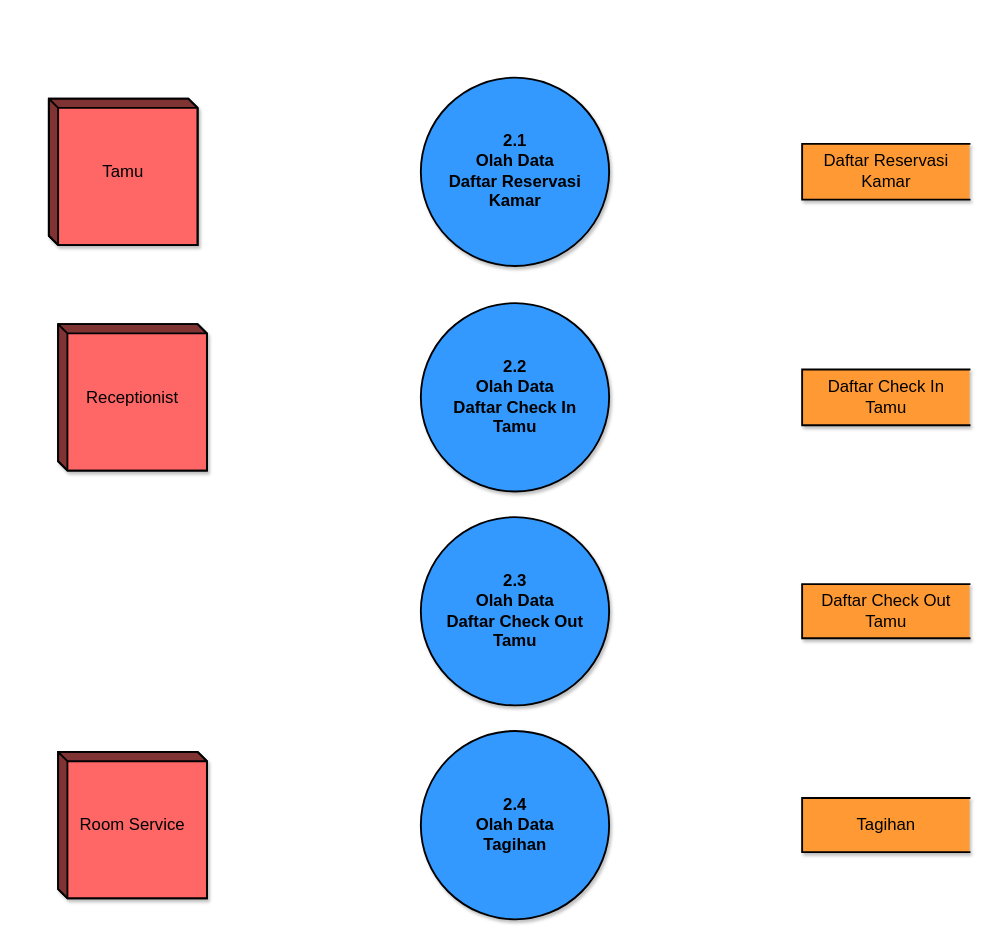
Earlier version of the draw.io diagram page "DFD LVL 2 Process 2 - Olah Data Dokumen" (5 of 7) of Sistem Pemesanan Kamar Hotel - Data Flow Diagram.drawio (trueazp/System-Design-Analysis). Source tidied: cells renumbered, new cells numbered last; positions are measured from the earlier drawing's top-left corner, leaving out a move shared by most shapes. Both pictures are drawn from the tidied source at 93%, with x=0, y=0 at pixel (48, 77).
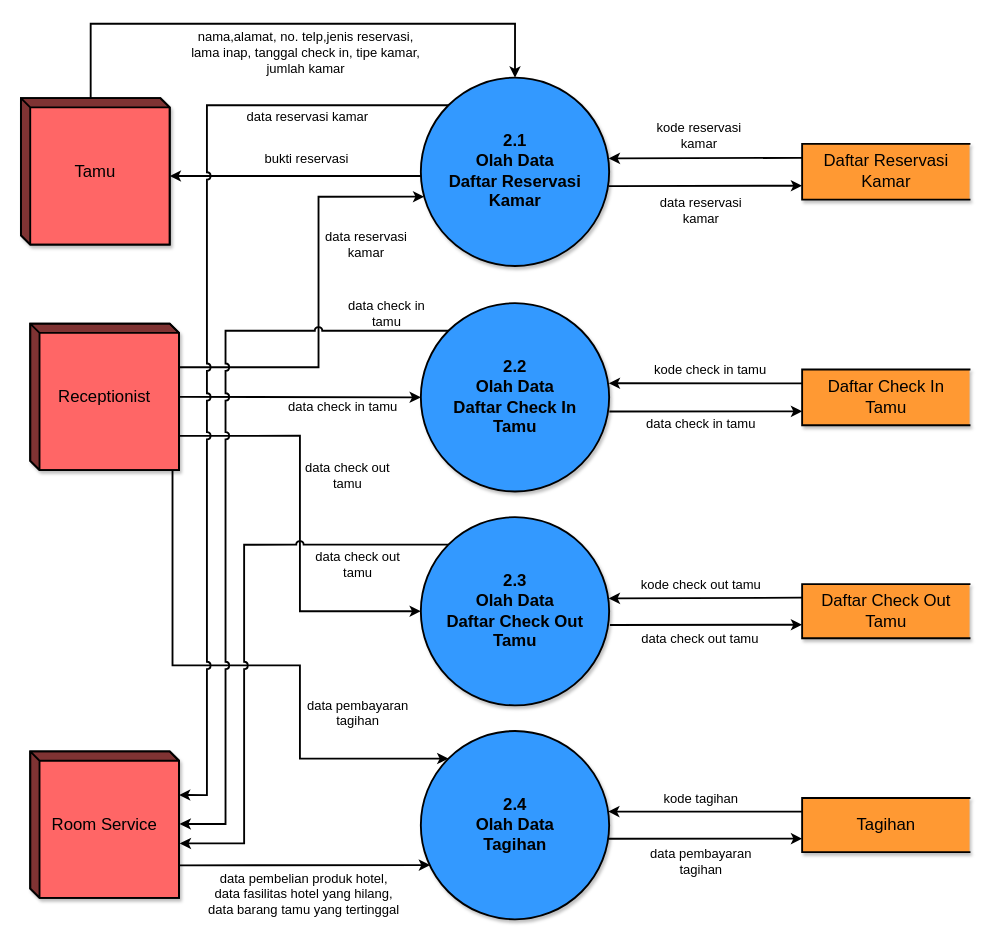
Above is the later version.

Commit message:
finished DFD LVL 2 Process 2

Unchanged cells that the change refers to:
```xml
<mxCell id="2" value="&lt;div&gt;Daftar Check In &lt;br&gt;&lt;/div&gt;&lt;div&gt;Tamu&lt;br&gt;&lt;/div&gt;" style="html=1;dashed=0;whitespace=wrap;shape=partialRectangle;right=0;shadow=1;labelBackgroundColor=none;fontFamily=Helvetica;fontSize=18;strokeWidth=2;fillColor=#FF9933;align=center;" parent="1" vertex="1">
  <mxGeometry x="810" y="313.8" width="180" height="60" as="geometry" />
</mxCell>
<mxCell id="3" value="&lt;div&gt;Daftar Check Out &lt;br&gt;&lt;/div&gt;&lt;div&gt;Tamu&lt;br&gt;&lt;/div&gt;" style="html=1;dashed=0;whitespace=wrap;shape=partialRectangle;right=0;shadow=1;labelBackgroundColor=none;fontFamily=Helvetica;fontSize=18;strokeWidth=2;fillColor=#FF9933;align=center;" parent="1" vertex="1">
  <mxGeometry x="810" y="544.6" width="180" height="58.2" as="geometry" />
</mxCell>
<mxCell id="4" value="Tagihan" style="html=1;dashed=0;whitespace=wrap;shape=partialRectangle;right=0;shadow=1;labelBackgroundColor=none;fontFamily=Helvetica;fontSize=18;strokeWidth=2;fillColor=#FF9933;align=center;" parent="1" vertex="1">
  <mxGeometry x="810" y="774.6" width="180" height="58.2" as="geometry" />
</mxCell>
<mxCell id="5" value="&lt;div&gt;Daftar Reservasi &lt;br&gt;&lt;/div&gt;&lt;div&gt;Kamar&lt;/div&gt;" style="html=1;dashed=0;whitespace=wrap;shape=partialRectangle;right=0;shadow=1;labelBackgroundColor=none;fontFamily=Helvetica;fontSize=18;strokeWidth=2;fillColor=#FF9933;align=center;" parent="1" vertex="1">
  <mxGeometry x="810" y="71.2" width="180" height="60" as="geometry" />
</mxCell>
<mxCell id="7" value="2.1&lt;br style=&quot;font-size: 18px&quot;&gt;&lt;div&gt;Olah Data &lt;br&gt;&lt;/div&gt;&lt;div&gt;Daftar Reservasi &lt;br&gt;&lt;/div&gt;&lt;div&gt;Kamar&lt;br&gt;&lt;/div&gt;" style="shape=ellipse;html=1;dashed=0;whitespace=wrap;perimeter=ellipsePerimeter;shadow=1;labelBackgroundColor=none;fontFamily=Helvetica;fontSize=18;strokeWidth=2;fillColor=#3399FF;align=center;fontStyle=1;" parent="1" vertex="1">
  <mxGeometry x="400" width="202.5" height="202.5" as="geometry" />
</mxCell>
<mxCell id="8" value="2.4&lt;br style=&quot;font-size: 18px&quot;&gt;&lt;div&gt;Olah Data &lt;br&gt;&lt;/div&gt;&lt;div&gt;Tagihan&lt;br&gt; &lt;/div&gt;" style="shape=ellipse;html=1;dashed=0;whitespace=wrap;perimeter=ellipsePerimeter;shadow=1;labelBackgroundColor=none;fontFamily=Helvetica;fontSize=18;strokeWidth=2;fillColor=#3399FF;align=center;fontStyle=1;" parent="1" vertex="1">
  <mxGeometry x="400" y="702.5" width="202.5" height="202.5" as="geometry" />
</mxCell>
<mxCell id="9" value="2.3&lt;br style=&quot;font-size: 18px&quot;&gt;&lt;div&gt;Olah Data &lt;br&gt;&lt;/div&gt;&lt;div&gt;Daftar Check Out &lt;br&gt;&lt;/div&gt;&lt;div&gt;Tamu&lt;br&gt;&lt;/div&gt;" style="shape=ellipse;html=1;dashed=0;whitespace=wrap;perimeter=ellipsePerimeter;shadow=1;labelBackgroundColor=none;fontFamily=Helvetica;fontSize=18;strokeWidth=2;fillColor=#3399FF;align=center;fontStyle=1;" parent="1" vertex="1">
  <mxGeometry x="400" y="472.5" width="202.5" height="202.5" as="geometry" />
</mxCell>
<mxCell id="10" value="2.2&lt;br style=&quot;font-size: 18px&quot;&gt;&lt;div&gt;Olah Data &lt;br&gt;&lt;/div&gt;&lt;div&gt;Daftar Check In &lt;br&gt;&lt;/div&gt;&lt;div&gt;Tamu&lt;br&gt;&lt;/div&gt;" style="shape=ellipse;html=1;dashed=0;whitespace=wrap;perimeter=ellipsePerimeter;shadow=1;labelBackgroundColor=none;fontFamily=Helvetica;fontSize=18;strokeWidth=2;fillColor=#3399FF;align=center;fontStyle=1;" parent="1" vertex="1">
  <mxGeometry x="400" y="242.5" width="202.5" height="202.5" as="geometry" />
</mxCell>
```

The edit, as a diff of the source:
```diff
@@
+    <mxCell id="13" style="edgeStyle=orthogonalEdgeStyle;rounded=0;jumpStyle=arc;jettySize=auto;html=1;exitX=0;exitY=0.25;exitDx=0;exitDy=0;entryX=0.998;entryY=0.425;entryDx=0;entryDy=0;entryPerimeter=0;fontSize=14;startArrow=none;startFill=0;endArrow=classic;endFill=1;strokeWidth=2;" parent="1" edge="1" source="2" target="10">
+      <mxGeometry relative="1" as="geometry" />
+    </mxCell>
+    <mxCell id="14" value="kode check in tamu" style="edgeLabel;html=1;align=center;verticalAlign=middle;fontSize=14;labelBackgroundColor=none;" parent="13" vertex="1">
+      <mxGeometry x="0.09" y="-3" relative="1" as="geometry">
+        <mxPoint x="13" y="-12" as="offset" />
+      </mxGeometry>
+    </mxCell>
+    <mxCell id="15" style="edgeStyle=orthogonalEdgeStyle;rounded=0;jumpStyle=arc;jettySize=auto;html=1;exitX=0;exitY=0.75;exitDx=0;exitDy=0;entryX=1.001;entryY=0.575;entryDx=0;entryDy=0;entryPerimeter=0;fontSize=14;startArrow=classic;startFill=1;endArrow=none;endFill=0;strokeWidth=2;" parent="1" edge="1" source="2" target="10">
+      <mxGeometry relative="1" as="geometry" />
+    </mxCell>
+    <mxCell id="16" value="data check in tamu" style="edgeLabel;html=1;align=center;verticalAlign=middle;fontSize=14;labelBackgroundColor=none;" parent="15" vertex="1">
+      <mxGeometry x="0.15" relative="1" as="geometry">
+        <mxPoint x="9" y="13" as="offset" />
+      </mxGeometry>
+    </mxCell>
@@
+    <mxCell id="17" style="edgeStyle=orthogonalEdgeStyle;rounded=0;jumpStyle=arc;jettySize=auto;html=1;exitX=0;exitY=0.25;exitDx=0;exitDy=0;entryX=0.998;entryY=0.432;entryDx=0;entryDy=0;entryPerimeter=0;fontSize=14;startArrow=none;startFill=0;endArrow=classic;endFill=1;strokeWidth=2;" parent="1" edge="1" source="3" target="9">
+      <mxGeometry relative="1" as="geometry" />
+    </mxCell>
+    <mxCell id="18" value="kode check out tamu" style="edgeLabel;html=1;align=center;verticalAlign=middle;fontSize=14;labelBackgroundColor=none;" parent="17" vertex="1">
+      <mxGeometry x="-0.12" y="2" relative="1" as="geometry">
+        <mxPoint x="-18" y="-17" as="offset" />
+      </mxGeometry>
+    </mxCell>
+    <mxCell id="19" style="edgeStyle=orthogonalEdgeStyle;rounded=0;jumpStyle=arc;jettySize=auto;html=1;exitX=0;exitY=0.75;exitDx=0;exitDy=0;entryX=1.004;entryY=0.573;entryDx=0;entryDy=0;entryPerimeter=0;fontSize=14;startArrow=classic;startFill=1;endArrow=none;endFill=0;strokeWidth=2;" parent="1" edge="1" source="3" target="9">
+      <mxGeometry relative="1" as="geometry" />
+    </mxCell>
+    <mxCell id="20" value="data check out tamu" style="edgeLabel;html=1;align=center;verticalAlign=middle;fontSize=14;labelBackgroundColor=none;" parent="19" vertex="1">
+      <mxGeometry x="0.12" y="-2" relative="1" as="geometry">
+        <mxPoint x="5" y="16" as="offset" />
+      </mxGeometry>
+    </mxCell>
@@
+    <mxCell id="21" style="edgeStyle=orthogonalEdgeStyle;rounded=0;jumpStyle=arc;jettySize=auto;html=1;exitX=0;exitY=0.25;exitDx=0;exitDy=0;entryX=0.995;entryY=0.428;entryDx=0;entryDy=0;entryPerimeter=0;fontSize=14;startArrow=none;startFill=0;endArrow=classic;endFill=1;strokeWidth=2;" parent="1" edge="1" source="4" target="8">
+      <mxGeometry relative="1" as="geometry">
+        <Array as="points">
+          <mxPoint x="700" y="789" />
+          <mxPoint x="700" y="789" />
+        </Array>
+      </mxGeometry>
+    </mxCell>
+    <mxCell id="22" value="kode tagihan" style="edgeLabel;html=1;align=center;verticalAlign=middle;fontSize=14;labelBackgroundColor=none;" parent="21" vertex="1">
+      <mxGeometry x="0.12" relative="1" as="geometry">
+        <mxPoint x="7" y="-15" as="offset" />
+      </mxGeometry>
+    </mxCell>
+    <mxCell id="23" style="edgeStyle=orthogonalEdgeStyle;rounded=0;jumpStyle=arc;jettySize=auto;html=1;exitX=0;exitY=0.75;exitDx=0;exitDy=0;entryX=0.998;entryY=0.572;entryDx=0;entryDy=0;entryPerimeter=0;fontSize=14;startArrow=classic;startFill=1;endArrow=none;endFill=0;strokeWidth=2;" parent="1" edge="1" source="4" target="8">
+      <mxGeometry relative="1" as="geometry" />
+    </mxCell>
+    <mxCell id="24" value="&lt;div&gt;data pembayaran&lt;/div&gt;&lt;div&gt; tagihan&lt;/div&gt;" style="edgeLabel;html=1;align=center;verticalAlign=middle;fontSize=14;labelBackgroundColor=none;" parent="23" vertex="1">
+      <mxGeometry x="0.21" y="1" relative="1" as="geometry">
+        <mxPoint x="16" y="23" as="offset" />
+      </mxGeometry>
+    </mxCell>
@@
+    <mxCell id="25" style="edgeStyle=orthogonalEdgeStyle;rounded=0;jumpStyle=arc;jettySize=auto;html=1;exitX=0;exitY=0.25;exitDx=0;exitDy=0;entryX=0.998;entryY=0.429;entryDx=0;entryDy=0;entryPerimeter=0;fontSize=14;startArrow=none;startFill=0;endArrow=classic;endFill=1;strokeWidth=2;" parent="1" edge="1" source="5" target="7">
+      <mxGeometry relative="1" as="geometry" />
+    </mxCell>
+    <mxCell id="26" value="&lt;div&gt;kode reservasi &lt;br&gt;&lt;/div&gt;&lt;div&gt;kamar&lt;/div&gt;" style="edgeLabel;html=1;align=center;verticalAlign=middle;fontSize=14;labelBackgroundColor=none;" parent="25" vertex="1">
+      <mxGeometry x="0.09" relative="1" as="geometry">
+        <mxPoint x="2" y="-25" as="offset" />
+      </mxGeometry>
+    </mxCell>
+    <mxCell id="27" style="edgeStyle=orthogonalEdgeStyle;rounded=0;jumpStyle=arc;jettySize=auto;html=1;exitX=0;exitY=0.75;exitDx=0;exitDy=0;entryX=0.998;entryY=0.576;entryDx=0;entryDy=0;entryPerimeter=0;fontSize=14;startArrow=classic;startFill=1;endArrow=none;endFill=0;strokeWidth=2;" parent="1" edge="1" source="5" target="7">
+      <mxGeometry relative="1" as="geometry" />
+    </mxCell>
+    <mxCell id="28" value="&lt;div&gt;data reservasi &lt;br&gt;&lt;/div&gt;&lt;div&gt;kamar&lt;/div&gt;" style="edgeLabel;html=1;align=center;verticalAlign=middle;fontSize=14;labelBackgroundColor=none;" parent="27" vertex="1">
+      <mxGeometry x="0.17" y="2" relative="1" as="geometry">
+        <mxPoint x="12" y="24" as="offset" />
+      </mxGeometry>
+    </mxCell>
@@
+    <mxCell id="29" style="edgeStyle=orthogonalEdgeStyle;rounded=0;jumpStyle=arc;jettySize=auto;html=1;exitX=0;exitY=0;exitDx=160;exitDy=46.875;exitPerimeter=0;entryX=0.018;entryY=0.632;entryDx=0;entryDy=0;entryPerimeter=0;fontSize=14;startArrow=none;startFill=0;endArrow=classic;endFill=1;strokeWidth=2;" parent="1" edge="1" source="6" target="7">
+      <mxGeometry relative="1" as="geometry">
+        <Array as="points">
+          <mxPoint x="290" y="312" />
+          <mxPoint x="290" y="128" />
+        </Array>
+      </mxGeometry>
+    </mxCell>
+    <mxCell id="30" value="&lt;div&gt;data reservasi&lt;/div&gt;&lt;div&gt; kamar&lt;/div&gt;" style="edgeLabel;html=1;align=center;verticalAlign=middle;fontSize=14;labelBackgroundColor=none;" parent="29" vertex="1">
+      <mxGeometry x="-0.03" y="2" relative="1" as="geometry">
+        <mxPoint x="52" y="-66" as="offset" />
+      </mxGeometry>
+    </mxCell>
+    <mxCell id="31" style="edgeStyle=orthogonalEdgeStyle;rounded=0;jumpStyle=arc;jettySize=auto;html=1;entryX=0;entryY=0.5;entryDx=0;entryDy=0;fontSize=14;startArrow=none;startFill=0;endArrow=classic;endFill=1;strokeWidth=2;" parent="1" edge="1" source="6" target="10">
+      <mxGeometry relative="1" as="geometry" />
+    </mxCell>
+    <mxCell id="32" value="data check in tamu" style="edgeLabel;html=1;align=center;verticalAlign=middle;fontSize=14;labelBackgroundColor=none;" parent="31" vertex="1">
+      <mxGeometry x="-0.15" y="-1" relative="1" as="geometry">
+        <mxPoint x="64" y="9" as="offset" />
+      </mxGeometry>
+    </mxCell>
+    <mxCell id="33" style="edgeStyle=orthogonalEdgeStyle;rounded=0;jumpStyle=arc;jettySize=auto;html=1;exitX=0;exitY=0;exitDx=160;exitDy=120.625;exitPerimeter=0;entryX=0;entryY=0.5;entryDx=0;entryDy=0;fontSize=14;startArrow=none;startFill=0;endArrow=classic;endFill=1;strokeWidth=2;" parent="1" edge="1" source="6" target="9">
+      <mxGeometry relative="1" as="geometry" />
+    </mxCell>
+    <mxCell id="34" value="&lt;div&gt;data check out&lt;/div&gt;&lt;div&gt; tamu&lt;/div&gt;" style="edgeLabel;html=1;align=center;verticalAlign=middle;fontSize=14;labelBackgroundColor=none;" parent="33" vertex="1">
+      <mxGeometry x="-0.06" y="-2" relative="1" as="geometry">
+        <mxPoint x="52" y="-39" as="offset" />
+      </mxGeometry>
+    </mxCell>
+    <mxCell id="35" style="edgeStyle=orthogonalEdgeStyle;rounded=0;jumpStyle=arc;jettySize=auto;html=1;exitX=0;exitY=0;exitDx=122.5;exitDy=157.5;exitPerimeter=0;entryX=0;entryY=0;entryDx=0;entryDy=0;fontSize=14;startArrow=none;startFill=0;endArrow=classic;endFill=1;strokeWidth=2;" parent="1" edge="1" source="6" target="8">
+      <mxGeometry relative="1" as="geometry">
+        <Array as="points">
+          <mxPoint x="133" y="422" />
+          <mxPoint x="133" y="632" />
+          <mxPoint x="270" y="632" />
+          <mxPoint x="270" y="732" />
+        </Array>
+      </mxGeometry>
+    </mxCell>
+    <mxCell id="36" value="&lt;div&gt;data pembayaran &lt;br&gt;&lt;/div&gt;&lt;div&gt;tagihan&lt;/div&gt;" style="edgeLabel;html=1;align=center;verticalAlign=middle;fontSize=14;labelBackgroundColor=none;" parent="35" vertex="1">
+      <mxGeometry x="0.04" y="1" relative="1" as="geometry">
+        <mxPoint x="108" y="51" as="offset" />
+      </mxGeometry>
+    </mxCell>
     <mxCell id="6" value="Receptionist" style="html=1;dashed=0;whitespace=wrap;shape=mxgraph.dfd.externalEntity;shadow=1;labelBackgroundColor=none;fontFamily=Helvetica;fontSize=18;strokeWidth=2;fillColor=#FF6666;align=center;whiteSpace=wrap;" parent="1" vertex="1">
-      <mxGeometry x="10" y="265" width="160" height="157.5" as="geometry" />
+      <mxGeometry x="-20" y="264.5" width="160" height="157.5" as="geometry" />
     </mxCell>
+    <mxCell id="37" style="edgeStyle=orthogonalEdgeStyle;rounded=0;jumpStyle=arc;jettySize=auto;html=1;fontSize=14;startArrow=none;startFill=0;endArrow=classic;endFill=1;strokeWidth=2;entryX=0;entryY=0;entryDx=160;entryDy=83.75;entryPerimeter=0;" parent="1" edge="1" source="7" target="11">
+      <mxGeometry relative="1" as="geometry">
+        <Array as="points">
+          <mxPoint x="265" y="106" />
+        </Array>
+      </mxGeometry>
+    </mxCell>
+    <mxCell id="38" value="bukti reservasi" style="edgeLabel;html=1;align=center;verticalAlign=middle;fontSize=14;labelBackgroundColor=none;" parent="37" vertex="1">
+      <mxGeometry x="-0.14" relative="1" as="geometry">
+        <mxPoint x="-8" y="-19" as="offset" />
+      </mxGeometry>
+    </mxCell>
+    <mxCell id="39" style="edgeStyle=orthogonalEdgeStyle;rounded=0;jumpStyle=arc;jettySize=auto;html=1;exitX=0;exitY=0;exitDx=0;exitDy=0;entryX=0;entryY=0;entryDx=160;entryDy=46.875;entryPerimeter=0;fontSize=14;startArrow=none;startFill=0;endArrow=classic;endFill=1;strokeWidth=2;" parent="1" edge="1" source="7" target="12">
+      <mxGeometry relative="1" as="geometry">
+        <Array as="points">
+          <mxPoint x="170" y="30" />
+          <mxPoint x="170" y="771" />
+        </Array>
+      </mxGeometry>
+    </mxCell>
+    <mxCell id="40" value="data reservasi kamar" style="edgeLabel;html=1;align=center;verticalAlign=middle;fontSize=14;labelBackgroundColor=none;" parent="39" vertex="1">
+      <mxGeometry x="-0.69" relative="1" as="geometry">
+        <mxPoint x="8" y="12" as="offset" />
+      </mxGeometry>
+    </mxCell>
@@
+    <mxCell id="41" style="edgeStyle=orthogonalEdgeStyle;rounded=0;jumpStyle=arc;jettySize=auto;html=1;exitX=0;exitY=0;exitDx=0;exitDy=0;entryX=1.005;entryY=0.628;entryDx=0;entryDy=0;entryPerimeter=0;fontSize=14;startArrow=none;startFill=0;endArrow=classic;endFill=1;strokeWidth=2;" parent="1" edge="1" source="9" target="12">
+      <mxGeometry relative="1" as="geometry">
+        <Array as="points">
+          <mxPoint x="210" y="502" />
+          <mxPoint x="210" y="823" />
+        </Array>
+      </mxGeometry>
+    </mxCell>
+    <mxCell id="42" value="&lt;div&gt;data check out &lt;br&gt;&lt;/div&gt;&lt;div&gt;tamu&lt;/div&gt;" style="edgeLabel;html=1;align=center;verticalAlign=middle;fontSize=14;labelBackgroundColor=none;" parent="41" vertex="1">
+      <mxGeometry x="-0.68" relative="1" as="geometry">
+        <mxPoint y="20" as="offset" />
+      </mxGeometry>
+    </mxCell>
@@
+    <mxCell id="43" style="edgeStyle=orthogonalEdgeStyle;rounded=0;jumpStyle=arc;jettySize=auto;html=1;exitX=0;exitY=0;exitDx=0;exitDy=0;entryX=1.004;entryY=0.495;entryDx=0;entryDy=0;entryPerimeter=0;fontSize=14;startArrow=none;startFill=0;endArrow=classic;endFill=1;strokeWidth=2;" parent="1" edge="1" source="10" target="12">
+      <mxGeometry relative="1" as="geometry">
+        <Array as="points">
+          <mxPoint x="190" y="272" />
+          <mxPoint x="190" y="802" />
+          <mxPoint x="141" y="802" />
+        </Array>
+      </mxGeometry>
+    </mxCell>
+    <mxCell id="44" value="data check in &lt;br&gt;tamu" style="edgeLabel;html=1;align=center;verticalAlign=middle;fontSize=14;labelBackgroundColor=none;" parent="43" vertex="1">
+      <mxGeometry x="-0.78" relative="1" as="geometry">
+        <mxPoint x="23" y="-20" as="offset" />
+      </mxGeometry>
+    </mxCell>
@@
+    <mxCell id="45" style="edgeStyle=orthogonalEdgeStyle;rounded=0;jumpStyle=arc;jettySize=auto;html=1;entryX=0.5;entryY=0;entryDx=0;entryDy=0;fontSize=14;startArrow=none;startFill=0;endArrow=classic;endFill=1;strokeWidth=2;exitX=0;exitY=0;exitDx=75;exitDy=0;exitPerimeter=0;" parent="1" edge="1" source="11" target="7">
+      <mxGeometry relative="1" as="geometry">
+        <Array as="points">
+          <mxPoint x="45" y="-58" />
+          <mxPoint x="501" y="-58" />
+        </Array>
+      </mxGeometry>
+    </mxCell>
+    <mxCell id="46" value="&lt;div&gt;nama,alamat, no. telp,jenis reservasi, &lt;br&gt;&lt;/div&gt;&lt;div&gt;lama inap, tanggal check in, tipe kamar, &lt;br&gt;&lt;/div&gt;&lt;div&gt;jumlah kamar&lt;br&gt;&lt;/div&gt;" style="edgeLabel;html=1;align=center;verticalAlign=middle;fontSize=14;labelBackgroundColor=none;" parent="45" vertex="1">
+      <mxGeometry x="-0.05" y="2" relative="1" as="geometry">
+        <mxPoint x="28" y="32" as="offset" />
+      </mxGeometry>
+    </mxCell>
     <mxCell id="11" value="Tamu" style="html=1;dashed=0;whitespace=wrap;shape=mxgraph.dfd.externalEntity;shadow=1;labelBackgroundColor=none;fontFamily=Helvetica;fontSize=18;strokeWidth=2;fillColor=#FF6666;align=center;whiteSpace=wrap;" parent="1" vertex="1">
-      <mxGeometry y="22.5" width="160" height="157.5" as="geometry" />
+      <mxGeometry x="-30" y="22" width="160" height="157.5" as="geometry" />
     </mxCell>
+    <mxCell id="47" style="edgeStyle=orthogonalEdgeStyle;rounded=0;jumpStyle=arc;jettySize=auto;html=1;entryX=0.049;entryY=0.712;entryDx=0;entryDy=0;fontSize=14;startArrow=none;startFill=0;endArrow=classic;endFill=1;strokeWidth=2;exitX=0;exitY=0;exitDx=160;exitDy=120.625;exitPerimeter=0;entryPerimeter=0;" parent="1" edge="1" source="12" target="8">
+      <mxGeometry relative="1" as="geometry">
+        <Array as="points">
+          <mxPoint x="140" y="847" />
+          <mxPoint x="270" y="847" />
+        </Array>
+      </mxGeometry>
+    </mxCell>
+    <mxCell id="48" value="data pembelian produk hotel, &lt;br style=&quot;font-size: 14px&quot;&gt;data fasilitas hotel yang hilang, &lt;br style=&quot;font-size: 14px&quot;&gt;data barang tamu yang tertinggal" style="edgeLabel;html=1;align=center;verticalAlign=middle;fontSize=14;labelBackgroundColor=none;" parent="47" vertex="1">
+      <mxGeometry x="-0.12" y="2" relative="1" as="geometry">
+        <mxPoint x="15" y="32" as="offset" />
+      </mxGeometry>
+    </mxCell>
     <mxCell id="12" value="Room Service" style="html=1;dashed=0;whitespace=wrap;shape=mxgraph.dfd.externalEntity;shadow=1;labelBackgroundColor=none;fontFamily=Helvetica;fontSize=18;strokeWidth=2;fillColor=#FF6666;align=center;whiteSpace=wrap;" parent="1" vertex="1">
-      <mxGeometry x="10" y="725" width="160" height="157.5" as="geometry" />
+      <mxGeometry x="-20" y="724.5" width="160" height="157.5" as="geometry" />
     </mxCell>
```
